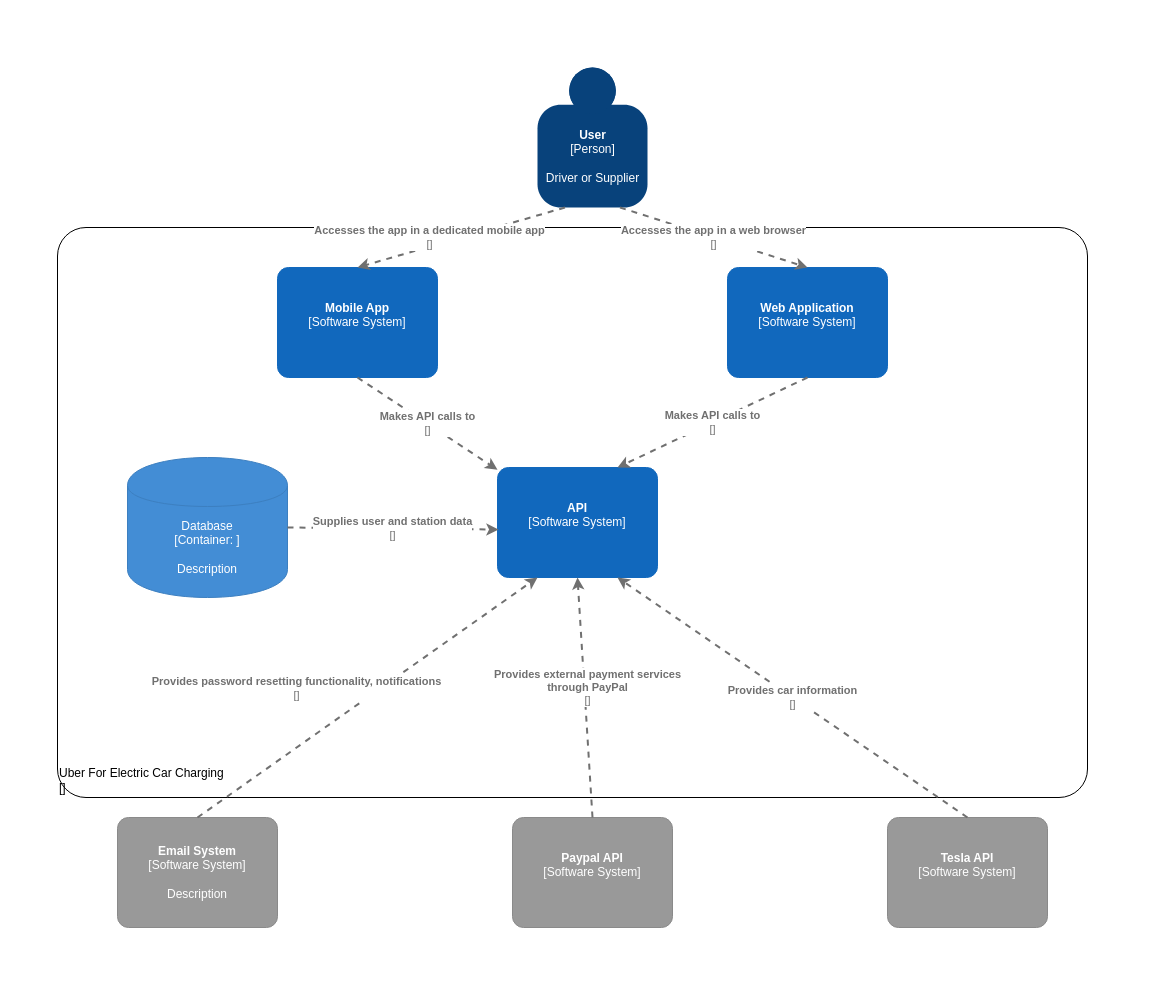
Before: Diagrame/C4/Nivel 2/C2.drawio in QuothR/ElectroWay, a draw.io diagram. Source tidied: cells renumbered, new cells numbered last; positions are measured from the earlier drawing's top-left corner, leaving out a move shared by most shapes. Both pictures are drawn from the tidied source at 100%, with x=0, y=0 at pixel (57, 67).
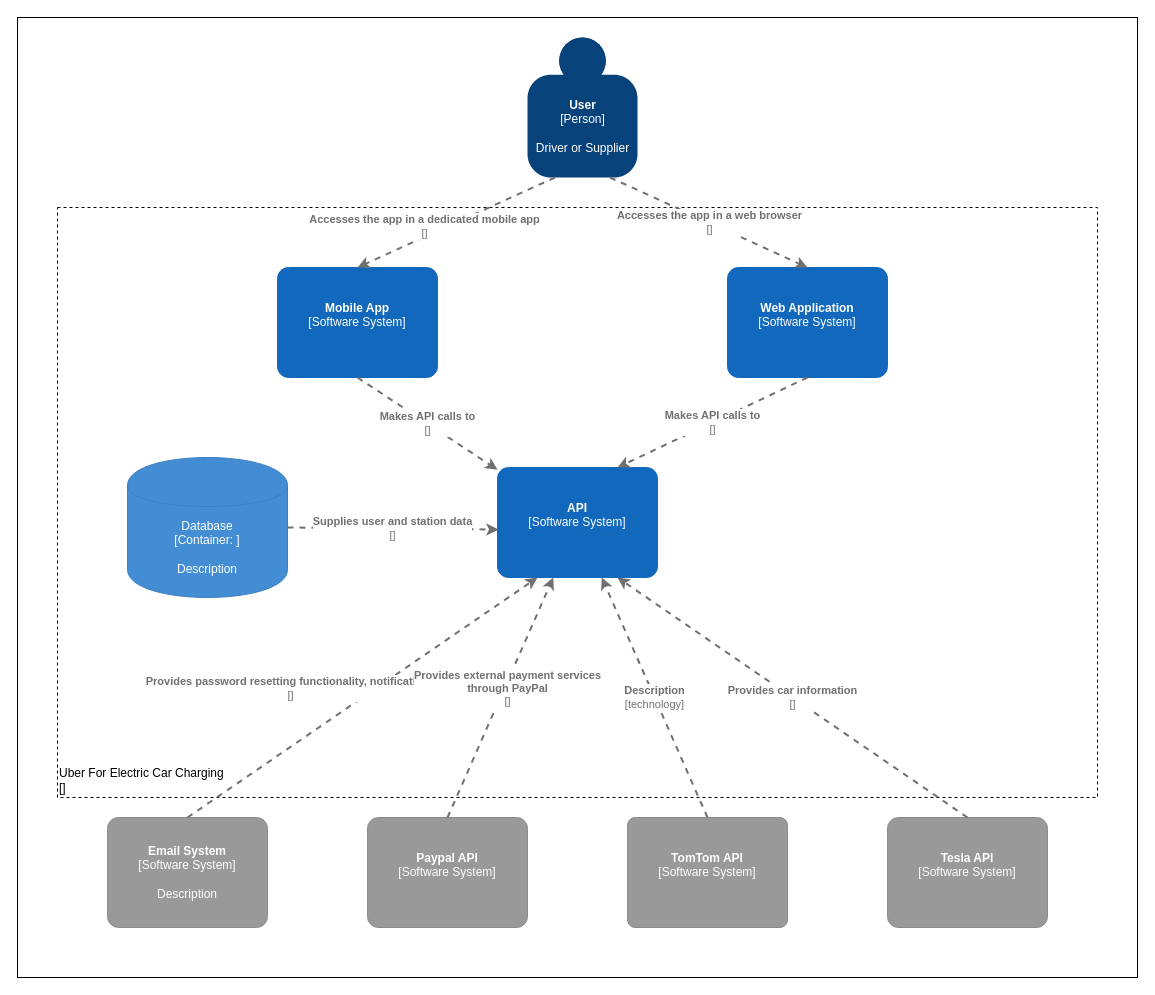
After the change.

The change refers to these unchanged cells:
```xml
<object id="6" label="&lt;b&gt;%c4Name%&lt;/b&gt;&lt;div&gt;[%c4Type%]&lt;/div&gt;&lt;br&gt;&lt;div&gt;%c4Description%&lt;/div&gt;" c4Description="" c4Name="API" c4Type="Software System" placeholders="1">
  <mxCell style="rounded=1;whiteSpace=wrap;html=1;labelBackgroundColor=none;fillColor=#1168BD;fontColor=#ffffff;align=center;arcSize=10;strokeColor=#1168BD;metaData={&quot;c4Type&quot;:{&quot;editable&quot;:false}};points=[[0.25,0,0],[0.5,0,0],[0.75,0,0],[1,0.25,0],[1,0.5,0],[1,0.75,0],[0.75,1,0],[0.5,1,0],[0.25,1,0],[0,0.75,0],[0,0.5,0],[0,0.25,0]];" parent="1" vertex="1">
    <mxGeometry x="440" y="400" width="160" height="110" as="geometry" />
  </mxCell>
</object>
```

What changed in the source:
```diff
@@
+    <mxCell id="19" style="rounded=0;whiteSpace=wrap;html=1;fillColor=none;" parent="1" vertex="1">
+      <mxGeometry x="-40" y="-50" width="1120" height="960" as="geometry" />
+    </mxCell>
     <object id="2" label="&lt;b&gt;%c4Name%&lt;/b&gt;&lt;div&gt;[%c4Type%]&lt;/div&gt;&lt;br&gt;&lt;div&gt;%c4Description%&lt;/div&gt;" c4Description="Driver or Supplier" c4Name="User" c4Type="Person" placeholders="1">
       <mxCell style="html=1;dashed=0;whitespace=wrap;fillColor=#08427b;strokeColor=none;fontColor=#ffffff;shape=mxgraph.c4.person;align=center;points=[[0.5,0,0],[1,0.5,0],[1,0.75,0],[0.75,1,0],[0.5,1,0],[0.25,1,0],[0,0.75,0],[0,0.5,0]];metaData={&quot;c4Type&quot;:{&quot;editable&quot;:false}};" parent="1" vertex="1">
-        <mxGeometry x="480" width="110" height="140" as="geometry" />
+        <mxGeometry x="470" y="-30" width="110" height="140" as="geometry" />
       </mxCell>
     </object>
     <object id="3" label="&lt;div style=&quot;text-align: left&quot;&gt;%c4Name%&lt;/div&gt;&lt;div style=&quot;text-align: left&quot;&gt;[%c4Application%]&lt;/div&gt;" c4Application="" c4Name="Uber For Electric Car Charging" placeholders="1">
-      <mxCell style="rounded=1;whiteSpace=wrap;html=1;labelBackgroundColor=none;fillColor=#ffffff;fontColor=#000000;align=left;arcSize=5;strokeColor=#000000;verticalAlign=bottom;metaData={&quot;c4Type&quot;:{&quot;editable&quot;:false}};" parent="1" vertex="1">
-        <mxGeometry y="160" width="1030" height="570" as="geometry" />
+      <mxCell style="rounded=0;whiteSpace=wrap;html=1;labelBackgroundColor=none;fontColor=#000000;align=left;arcSize=5;strokeColor=#000000;verticalAlign=bottom;metaData={&quot;c4Type&quot;:{&quot;editable&quot;:false}};glass=0;dashed=1;shadow=0;sketch=0;" parent="1" vertex="1">
+        <mxGeometry y="140" width="1040" height="590" as="geometry" />
       </mxCell>
     </object>
@@
     <object id="9" label="&lt;b&gt;%c4Name%&lt;/b&gt;&lt;div&gt;[%c4Type%]&lt;/div&gt;&lt;br&gt;&lt;div&gt;%c4Description%&lt;/div&gt;" c4Description="Description" c4Name="Email System" c4Type="Software System" placeholders="1">
       <mxCell style="rounded=1;whiteSpace=wrap;html=1;labelBackgroundColor=none;fillColor=#999999;fontColor=#ffffff;align=center;arcSize=10;strokeColor=#8A8A8A;metaData={&quot;c4Type&quot;:{&quot;editable&quot;:false}};points=[[0.25,0,0],[0.5,0,0],[0.75,0,0],[1,0.25,0],[1,0.5,0],[1,0.75,0],[0.75,1,0],[0.5,1,0],[0.25,1,0],[0,0.75,0],[0,0.5,0],[0,0.25,0]];" parent="1" vertex="1">
-        <mxGeometry x="60" y="750" width="160" height="110" as="geometry" />
+        <mxGeometry x="50" y="750" width="160" height="110" as="geometry" />
       </mxCell>
     </object>
@@
     <object id="11" label="&lt;b&gt;%c4Name%&lt;/b&gt;&lt;div&gt;[%c4Type%]&lt;/div&gt;&lt;br&gt;&lt;div&gt;%c4Description%&lt;/div&gt;" c4Description="" c4Name="Paypal API" c4Type="Software System" placeholders="1">
       <mxCell style="rounded=1;whiteSpace=wrap;html=1;labelBackgroundColor=none;fillColor=#999999;fontColor=#ffffff;align=center;arcSize=10;strokeColor=#8A8A8A;metaData={&quot;c4Type&quot;:{&quot;editable&quot;:false}};points=[[0.25,0,0],[0.5,0,0],[0.75,0,0],[1,0.25,0],[1,0.5,0],[1,0.75,0],[0.75,1,0],[0.5,1,0],[0.25,1,0],[0,0.75,0],[0,0.5,0],[0,0.25,0]];" parent="1" vertex="1">
-        <mxGeometry x="455" y="750" width="160" height="110" as="geometry" />
+        <mxGeometry x="310" y="750" width="160" height="110" as="geometry" />
       </mxCell>
     </object>
     <object id="12" label="&lt;div style=&quot;text-align: left&quot;&gt;&lt;div style=&quot;text-align: center&quot;&gt;&lt;b&gt;%c4Description%&lt;/b&gt;&lt;/div&gt;&lt;div style=&quot;text-align: center&quot;&gt;[%c4Technology%]&lt;/div&gt;&lt;/div&gt;" c4Description="Provides external payment services&#10;through PayPal" c4Technology="" placeholders="1">
-      <mxCell style="edgeStyle=none;rounded=0;html=1;entryX=0.5;entryY=1;jettySize=auto;strokeColor=#707070;strokeWidth=2;fontColor=#707070;jumpStyle=none;dashed=1;metaData={&quot;c4Type&quot;:{&quot;editable&quot;:false}};exitX=0.5;exitY=0;exitDx=0;exitDy=0;exitPerimeter=0;entryDx=0;entryDy=0;entryPerimeter=0;" parent="1" edge="1" source="11" target="6">
+      <mxCell style="edgeStyle=none;rounded=0;html=1;jettySize=auto;strokeColor=#707070;strokeWidth=2;fontColor=#707070;jumpStyle=none;dashed=1;metaData={&quot;c4Type&quot;:{&quot;editable&quot;:false}};exitX=0.5;exitY=0;exitDx=0;exitDy=0;exitPerimeter=0;" parent="1" edge="1" source="11" target="6">
         <mxGeometry x="0.08" y="-3" relative="1" as="geometry" />
       </mxCell>
     </object>
@@
+    <mxCell id="20" value="&lt;span&gt;&lt;b&gt;TomTom API&lt;br&gt;&lt;/b&gt;[Software System]&lt;/span&gt;&lt;br&gt;&lt;div&gt;&lt;br&gt;&lt;/div&gt;" style="rounded=1;whiteSpace=wrap;html=1;labelBackgroundColor=none;fillColor=#999999;fontColor=#ffffff;align=center;arcSize=7;strokeColor=#8a8a8a;" parent="1" vertex="1">
+      <mxGeometry x="570" y="750" width="160" height="110" as="geometry" />
+    </mxCell>
+    <mxCell id="21" value="&lt;div style=&quot;text-align: left&quot;&gt;&lt;div style=&quot;text-align: center&quot;&gt;&lt;b&gt;Description&lt;/b&gt;&lt;/div&gt;&lt;div style=&quot;text-align: center&quot;&gt;[technology]&lt;/div&gt;&lt;/div&gt;" style="edgeStyle=none;rounded=0;html=1;jettySize=auto;strokeColor=#707070;strokeWidth=2;fontColor=#707070;jumpStyle=none;dashed=1;exitX=0.5;exitY=0;exitDx=0;exitDy=0;" parent="1" edge="1" source="20" target="6">
+      <mxGeometry relative="1" as="geometry" />
+    </mxCell>
```
